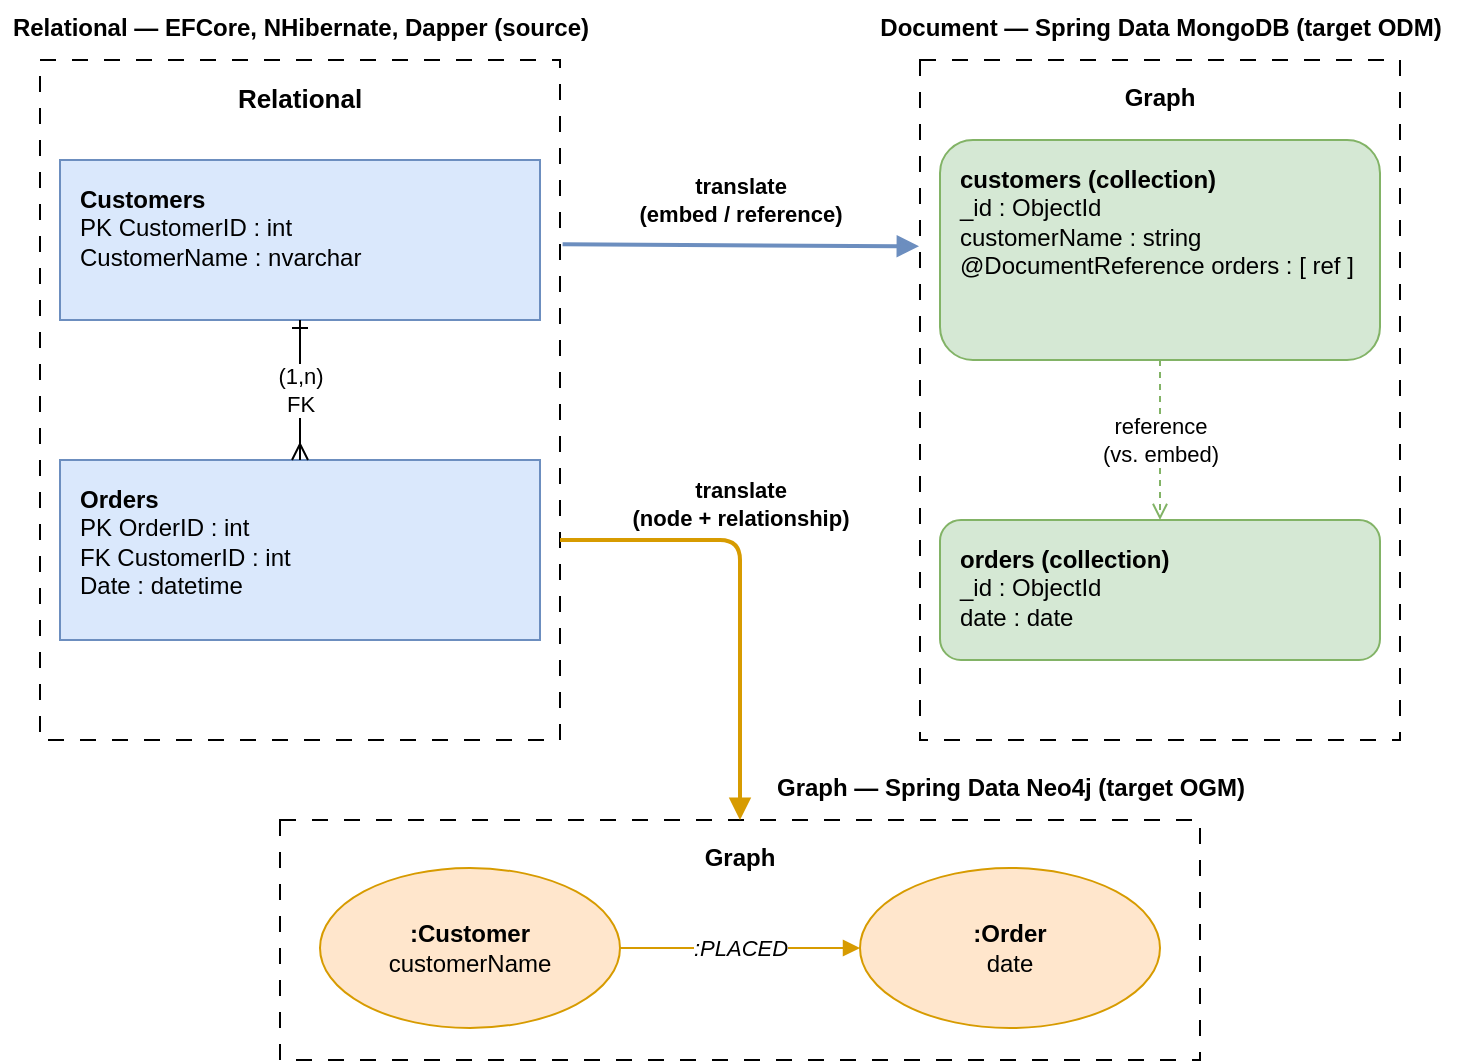
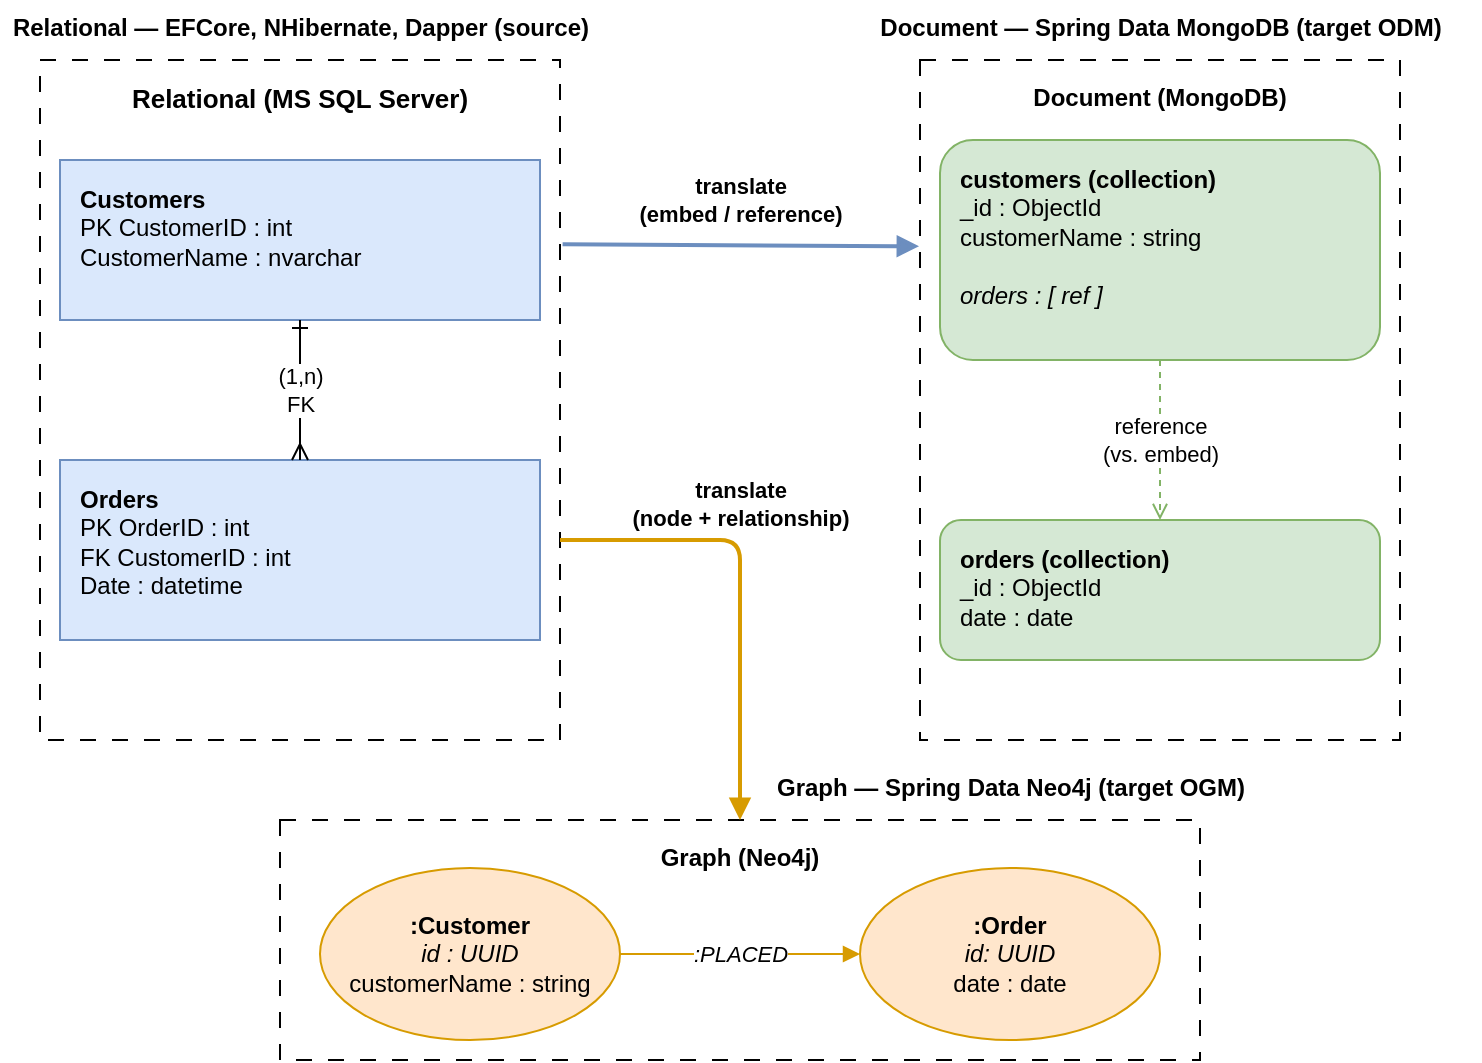
<mxfile host="Electron" agent="Mozilla/5.0 (Windows NT 10.0; Win64; x64) AppleWebKit/537.36 (KHTML, like Gecko) draw.io/27.0.9 Chrome/134.0.6998.205 Electron/35.4.0 Safari/537.36" version="27.0.9">
  <diagram id="4zbYV3DT2hE-RpNETes1" name="Page-1">
-     <mxGraphModel dx="1028" dy="707" grid="1" gridSize="10" guides="1" tooltips="1" connect="1" arrows="1" fold="1" page="1" pageScale="1" pageWidth="1150" pageHeight="640" math="0" shadow="0">
+     <mxGraphModel dx="1426" dy="841" grid="1" gridSize="10" guides="1" tooltips="1" connect="1" arrows="1" fold="1" page="1" pageScale="1" pageWidth="1150" pageHeight="640" math="0" shadow="0">
      <root>
        <mxCell id="0" />
        <mxCell id="1" parent="0" />
-         <mxCell id="qem8xiL9-qcaIlcroFmn-6" value="&lt;p&gt;&lt;b&gt;&lt;font style=&quot;font-size: 13px;&quot;&gt;Relational&lt;/font&gt;&lt;/b&gt;&lt;/p&gt;" style="rounded=0;whiteSpace=wrap;html=1;fillColor=none;glass=0;dashed=1;dashPattern=8 8;align=center;verticalAlign=top;spacing=2;spacingRight=0;spacingBottom=0;spacingTop=-7;" vertex="1" parent="1">
+         <mxCell id="qem8xiL9-qcaIlcroFmn-6" value="&lt;p&gt;&lt;b&gt;&lt;font style=&quot;font-size: 13px;&quot;&gt;Relational (MS SQL Server)&lt;/font&gt;&lt;/b&gt;&lt;/p&gt;" style="rounded=0;whiteSpace=wrap;html=1;fillColor=none;glass=0;dashed=1;dashPattern=8 8;align=center;verticalAlign=top;spacing=2;spacingRight=0;spacingBottom=0;spacingTop=-7;" parent="1" vertex="1">
          <mxGeometry x="30" y="50" width="260" height="340" as="geometry" />
        </mxCell>
-         <mxCell id="qem8xiL9-qcaIlcroFmn-5" value="&lt;p&gt;&lt;b&gt;Graph&lt;/b&gt;&lt;/p&gt;" style="rounded=0;whiteSpace=wrap;html=1;fillColor=none;glass=0;dashed=1;dashPattern=8 8;align=center;verticalAlign=top;spacing=2;spacingRight=0;spacingBottom=0;spacingTop=-7;" vertex="1" parent="1">
+         <mxCell id="qem8xiL9-qcaIlcroFmn-5" value="&lt;p&gt;&lt;b&gt;Document (MongoDB)&lt;/b&gt;&lt;/p&gt;" style="rounded=0;whiteSpace=wrap;html=1;fillColor=none;glass=0;dashed=1;dashPattern=8 8;align=center;verticalAlign=top;spacing=2;spacingRight=0;spacingBottom=0;spacingTop=-7;" parent="1" vertex="1">
          <mxGeometry x="470" y="50" width="240" height="340" as="geometry" />
        </mxCell>
-         <mxCell id="qem8xiL9-qcaIlcroFmn-4" value="&lt;p&gt;&lt;b&gt;Graph&lt;/b&gt;&lt;/p&gt;" style="rounded=0;whiteSpace=wrap;html=1;fillColor=none;glass=0;dashed=1;dashPattern=8 8;align=center;verticalAlign=top;spacing=2;spacingRight=0;spacingBottom=0;spacingTop=-7;" vertex="1" parent="1">
+         <mxCell id="qem8xiL9-qcaIlcroFmn-4" value="&lt;p&gt;&lt;b&gt;Graph (Neo4j)&lt;/b&gt;&lt;/p&gt;" style="rounded=0;whiteSpace=wrap;html=1;fillColor=none;glass=0;dashed=1;dashPattern=8 8;align=center;verticalAlign=top;spacing=2;spacingRight=0;spacingBottom=0;spacingTop=-7;" parent="1" vertex="1">
          <mxGeometry x="150" y="430" width="460" height="120" as="geometry" />
        </mxCell>
        <mxCell id="relTitle" value="Relational — EFCore, NHibernate, Dapper (source)" style="text;html=1;align=center;fontStyle=1;fillColor=none" parent="1" vertex="1">
          <mxGeometry x="10" y="20" width="300" height="24" as="geometry" />
        </mxCell>
        <mxCell id="tCust" value="&lt;b&gt;Customers&lt;/b&gt;&lt;br&gt;PK CustomerID : int&lt;br&gt;CustomerName : nvarchar" style="rounded=0;whiteSpace=wrap;html=1;fillColor=#dae8fc;strokeColor=#6c8ebf;align=left;verticalAlign=top;spacingLeft=8;spacingTop=6" parent="1" vertex="1">
          <mxGeometry x="40" y="100" width="240" height="80" as="geometry" />
        </mxCell>
        <mxCell id="tOrd" value="&lt;b&gt;Orders&lt;/b&gt;&lt;br&gt;PK OrderID : int&lt;br&gt;FK CustomerID : int&lt;br&gt;Date : datetime" style="rounded=0;whiteSpace=wrap;html=1;fillColor=#dae8fc;strokeColor=#6c8ebf;align=left;verticalAlign=top;spacingLeft=8;spacingTop=6" parent="1" vertex="1">
          <mxGeometry x="40" y="250" width="240" height="90" as="geometry" />
        </mxCell>
        <mxCell id="fk" value="(1,n)&lt;br&gt;FK" style="endArrow=ERmany;startArrow=ERone;html=1;rounded=0;exitX=0.5;exitY=1;entryX=0.5;entryY=0" parent="1" source="tCust" target="tOrd" edge="1">
          <mxGeometry relative="1" as="geometry" />
        </mxCell>
        <mxCell id="docTitle" value="Document — Spring Data MongoDB (target ODM)" style="text;html=1;align=center;fontStyle=1;fillColor=none" parent="1" vertex="1">
          <mxGeometry x="430" y="20" width="320" height="24" as="geometry" />
        </mxCell>
-         <mxCell id="docCust" value="&lt;b&gt;customers  (collection)&lt;/b&gt;&lt;br&gt;_id : ObjectId&lt;br&gt;customerName : string&lt;br&gt;@DocumentReference orders : [ ref ]" style="rounded=1;whiteSpace=wrap;html=1;fillColor=#d5e8d4;strokeColor=#82b366;align=left;verticalAlign=top;spacingLeft=8;spacingTop=6" parent="1" vertex="1">
+         <mxCell id="docCust" value="&lt;b&gt;customers  (collection)&lt;/b&gt;&lt;br&gt;_id : ObjectId&lt;br&gt;customerName : string&lt;div&gt;&lt;br&gt;&lt;i&gt;orders : [ ref ]&lt;/i&gt;&lt;/div&gt;" style="rounded=1;whiteSpace=wrap;html=1;fillColor=#d5e8d4;strokeColor=#82b366;align=left;verticalAlign=top;spacingLeft=8;spacingTop=6" parent="1" vertex="1">
          <mxGeometry x="480" y="90" width="220" height="110" as="geometry" />
        </mxCell>
        <mxCell id="docOrd" value="&lt;b&gt;orders  (collection)&lt;/b&gt;&lt;br&gt;_id : ObjectId&lt;br&gt;date : date" style="rounded=1;whiteSpace=wrap;html=1;fillColor=#d5e8d4;strokeColor=#82b366;align=left;verticalAlign=top;spacingLeft=8;spacingTop=6" parent="1" vertex="1">
          <mxGeometry x="480" y="280" width="220" height="70" as="geometry" />
        </mxCell>
        <mxCell id="docRef" value="reference&#xa;(vs. embed)" style="endArrow=open;html=1;dashed=1;strokeColor=#82b366" parent="1" source="docCust" target="docOrd" edge="1">
          <mxGeometry relative="1" as="geometry" />
        </mxCell>
        <mxCell id="grTitle" value="Graph — Spring Data Neo4j (target OGM)" style="text;html=1;align=center;fontStyle=1;fillColor=none" parent="1" vertex="1">
          <mxGeometry x="385" y="400" width="260" height="24" as="geometry" />
        </mxCell>
-         <mxCell id="nCust" value="&lt;b&gt;:Customer&lt;/b&gt;&lt;br&gt;customerName" style="ellipse;whiteSpace=wrap;html=1;fillColor=#ffe6cc;strokeColor=#d79b00" parent="1" vertex="1">
-           <mxGeometry x="170" y="454" width="150" height="80" as="geometry" />
+         <mxCell id="nCust" value="&lt;b&gt;:Customer&lt;/b&gt;&lt;br&gt;&lt;i&gt;id : UUID&lt;/i&gt;&lt;br&gt;&lt;div&gt;customerName : string&lt;/div&gt;" style="ellipse;whiteSpace=wrap;html=1;fillColor=#ffe6cc;strokeColor=#d79b00" parent="1" vertex="1">
+           <mxGeometry x="170" y="454" width="150" height="86" as="geometry" />
        </mxCell>
-         <mxCell id="nOrd" value="&lt;b&gt;:Order&lt;/b&gt;&lt;br&gt;date" style="ellipse;whiteSpace=wrap;html=1;fillColor=#ffe6cc;strokeColor=#d79b00" parent="1" vertex="1">
-           <mxGeometry x="440" y="454" width="150" height="80" as="geometry" />
+         <mxCell id="nOrd" value="&lt;b&gt;:Order&lt;/b&gt;&lt;br&gt;&lt;i&gt;id: UUID&lt;/i&gt;&lt;br&gt;&lt;div&gt;date : date&lt;/div&gt;" style="ellipse;whiteSpace=wrap;html=1;fillColor=#ffe6cc;strokeColor=#d79b00" parent="1" vertex="1">
+           <mxGeometry x="440" y="454" width="150" height="86" as="geometry" />
        </mxCell>
        <mxCell id="rel" value=":PLACED" style="endArrow=block;html=1;strokeColor=#d79b00;fontStyle=2" parent="1" source="nCust" target="nOrd" edge="1">
          <mxGeometry relative="1" as="geometry" />
        </mxCell>
        <mxCell id="tr1" value="translate&#xa;(embed / reference)" style="endArrow=block;html=1;strokeWidth=2;strokeColor=#6c8ebf;fontStyle=1;exitX=1.005;exitY=0.271;exitDx=0;exitDy=0;exitPerimeter=0;entryX=-0.002;entryY=0.274;entryDx=0;entryDy=0;entryPerimeter=0;" parent="1" source="qem8xiL9-qcaIlcroFmn-6" target="qem8xiL9-qcaIlcroFmn-5" edge="1">
          <mxGeometry x="-0.0061" y="23" relative="1" as="geometry">
            <mxPoint x="300" y="140" as="sourcePoint" />
            <mxPoint x="480" y="140" as="targetPoint" />
            <mxPoint as="offset" />
          </mxGeometry>
        </mxCell>
        <mxCell id="tr2" value="translate&#xa;(node + relationship)" style="endArrow=block;html=1;strokeWidth=2;strokeColor=#d79b00;fontStyle=1;entryX=0.5;entryY=0;entryDx=0;entryDy=0;" parent="1" target="qem8xiL9-qcaIlcroFmn-4" edge="1">
          <mxGeometry x="-0.2031" y="20" relative="1" as="geometry">
            <mxPoint x="290" y="290" as="sourcePoint" />
            <mxPoint x="380" y="420" as="targetPoint" />
            <Array as="points">
              <mxPoint x="380" y="290" />
            </Array>
            <mxPoint x="-20" y="-20" as="offset" />
          </mxGeometry>
        </mxCell>
      </root>
    </mxGraphModel>
  </diagram>
</mxfile>
